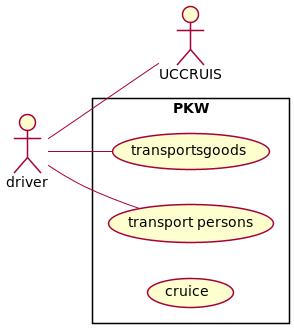
Before: asciidocs/images/ucd1.png, a diagram exported from PlantUML (2122-3bhitm-itp/04-lecture-notes-git-ThomasSpindlerHTL).
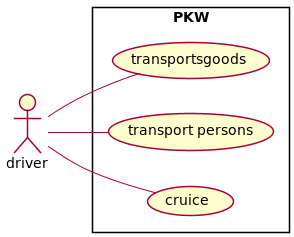
Above is the later version.

Change to the diagram source:
```diff
@@ -11,5 +11,5 @@
 }
 fc -- UCGOODS
 fc -- UCPERSON
-fc -- UCCRUIS
+fc -- UCCRUICE
 @enduml
```
